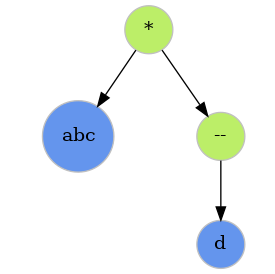
Above: dump/LIST_DMP_№0.png in deGekata/L_and_D (Graphviz), before the change. Its source is kept beside it as dump/LIST_DMP_№0.dot. Its diagram source:
```dot
digraph G{
   nodesep=0.1;
   ratio=1;
   L140736359127424[label="*", shape="circle", color="grey", thickness=4, fillcolor="darkolivegreen2" style=filled];
    L140736359127424->L140736359127360[color="black"];
    L140736359127424->L140736359127488[color="black"];
   L140736359127360[label="abc", shape="circle", color="grey", thickness=4, fillcolor="cornflowerblue" style=filled];
   L140736359127488[label="--", shape="circle", color="grey", thickness=4, fillcolor="darkolivegreen2" style=filled];
    L140736359127488->L140736359127616[color="black"];
   L140736359127616[label="d", shape="circle", color="grey", thickness=4, fillcolor="cornflowerblue" style=filled];
}
```
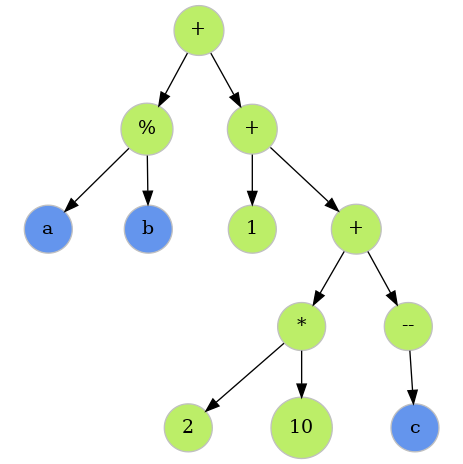
After the change.

Diff of the diagram source:
```diff
@@ -1,11 +1,27 @@
 digraph G{
    nodesep=0.1;
    ratio=1;
-   L140736359127424[label="*", shape="circle", color="grey", thickness=4, fillcolor="darkolivegreen2" style=filled];
-    L140736359127424->L140736359127360[color="black"];
-    L140736359127424->L140736359127488[color="black"];
-   L140736359127360[label="abc", shape="circle", color="grey", thickness=4, fillcolor="cornflowerblue" style=filled];
-   L140736359127488[label="--", shape="circle", color="grey", thickness=4, fillcolor="darkolivegreen2" style=filled];
-    L140736359127488->L140736359127616[color="black"];
-   L140736359127616[label="d", shape="circle", color="grey", thickness=4, fillcolor="cornflowerblue" style=filled];
+   L140736810789568[label="+", shape="circle", color="grey", thickness=4, fillcolor="darkolivegreen2" style=filled];
+    L140736810789568->L140736810789312[color="black"];
+    L140736810789568->L140736810789696[color="black"];
+   L140736810789312[label="%", shape="circle", color="grey", thickness=4, fillcolor="darkolivegreen2" style=filled];
+    L140736810789312->L140736810789248[color="black"];
+    L140736810789312->L140736810789504[color="black"];
+   L140736810789248[label="a", shape="circle", color="grey", thickness=4, fillcolor="cornflowerblue" style=filled];
+   L140736810789504[label="b", shape="circle", color="grey", thickness=4, fillcolor="cornflowerblue" style=filled];
+   L140736810789696[label="+", shape="circle", color="grey", thickness=4, fillcolor="darkolivegreen2" style=filled];
+    L140736810789696->L140736810789632[color="black"];
+    L140736810789696->L140736810789952[color="black"];
+   L140736810789632[label="1", shape="circle", color="grey", thickness=4, fillcolor="darkolivegreen2" style=filled];
+   L140736810789952[label="+", shape="circle", color="grey", thickness=4, fillcolor="darkolivegreen2" style=filled];
+    L140736810789952->L140736810789824[color="black"];
+    L140736810789952->L140736810790016[color="black"];
+   L140736810789824[label="*", shape="circle", color="grey", thickness=4, fillcolor="darkolivegreen2" style=filled];
+    L140736810789824->L140736810789760[color="black"];
+    L140736810789824->L140736810789888[color="black"];
+   L140736810789760[label="2", shape="circle", color="grey", thickness=4, fillcolor="darkolivegreen2" style=filled];
+   L140736810789888[label="10", shape="circle", color="grey", thickness=4, fillcolor="darkolivegreen2" style=filled];
+   L140736810790016[label="--", shape="circle", color="grey", thickness=4, fillcolor="darkolivegreen2" style=filled];
+    L140736810790016->L140736810790208[color="black"];
+   L140736810790208[label="c", shape="circle", color="grey", thickness=4, fillcolor="cornflowerblue" style=filled];
 }
```
